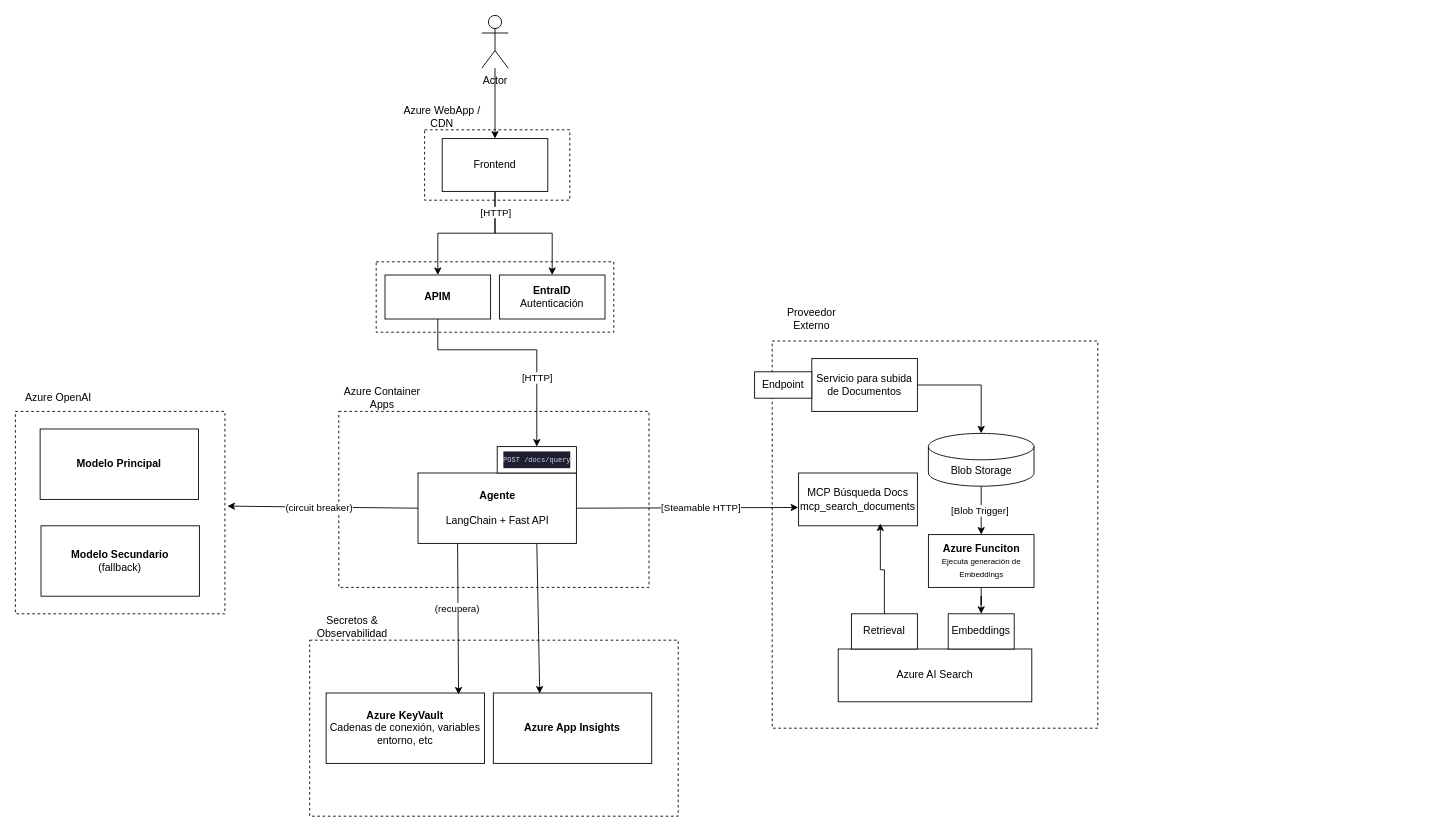
SrUltraLord/ai-engineer-interview keeps this draw.io diagram as docs/architecture-to-be.drawio. Above is the earlier version. Source tidied: cells renumbered, new cells numbered last; positions are measured from the earlier drawing's top-left corner, leaving out a move shared by most shapes. Both pictures are drawn from the tidied source at 88%, with x=0, y=0 at pixel (15, 15).
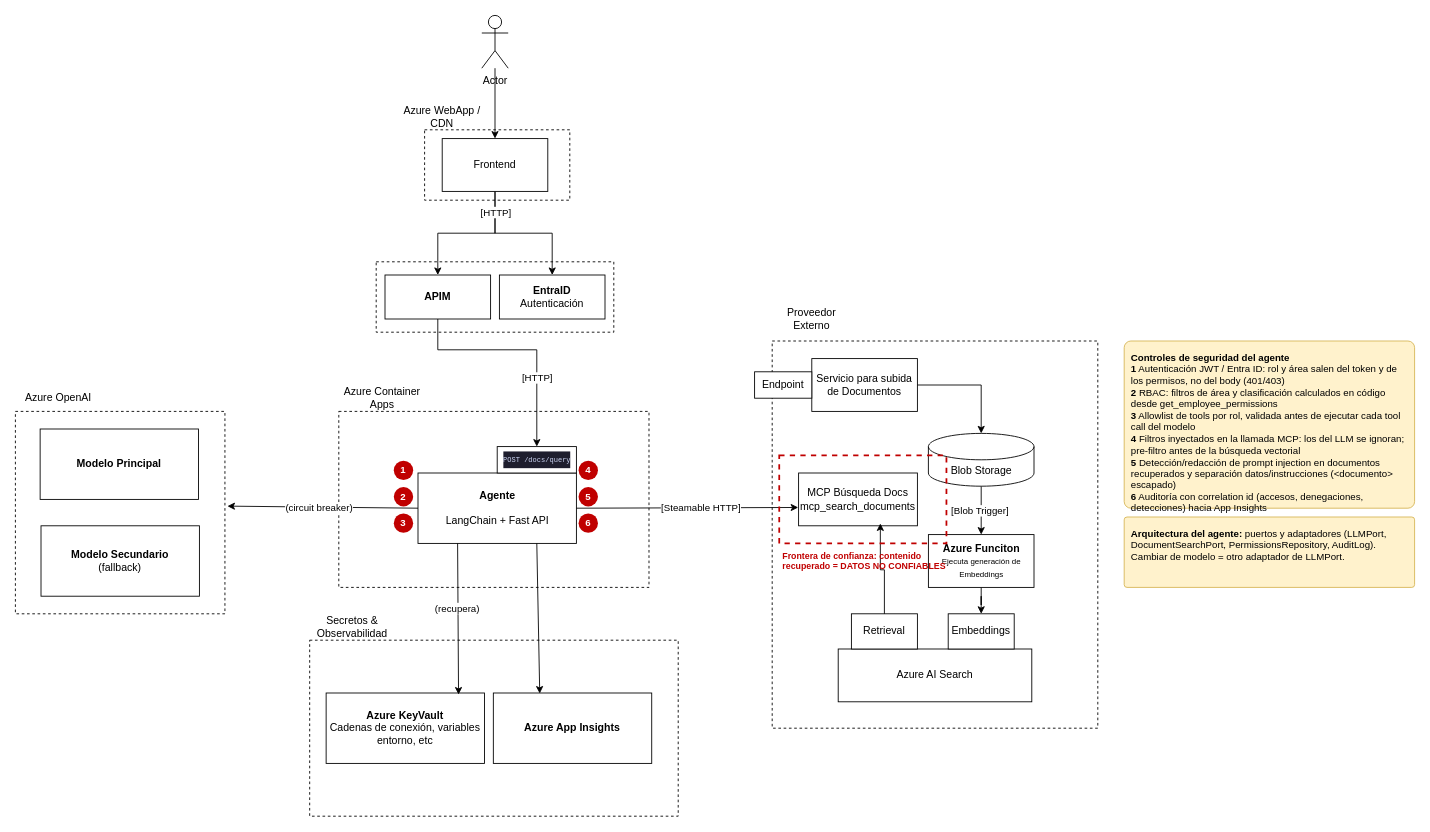
The same page after the edit.

What changed in the source:
```diff
@@
+    <mxCell id="49" style="rounded=0;whiteSpace=wrap;html=1;fillColor=none;dashed=1;strokeColor=#C00000;strokeWidth=2;" parent="1" vertex="1">
+      <mxGeometry x="868" y="500" width="190" height="100" as="geometry" />
+    </mxCell>
+    <mxCell id="50" value="Frontera de confianza: contenido recuperado = DATOS NO CONFIABLES" style="text;html=1;align=left;verticalAlign=top;whiteSpace=wrap;fontColor=#C00000;fontSize=10;fontStyle=1;" parent="1" vertex="1">
+      <mxGeometry x="870" y="602" width="190" height="40" as="geometry" />
+    </mxCell>
+    <mxCell id="51" value="1" style="ellipse;whiteSpace=wrap;html=1;fillColor=#C00000;fontColor=#FFFFFF;strokeColor=none;fontSize=11;fontStyle=1;" parent="1" vertex="1">
+      <mxGeometry x="430" y="506" width="22" height="22" as="geometry" />
+    </mxCell>
+    <mxCell id="52" value="2" style="ellipse;whiteSpace=wrap;html=1;fillColor=#C00000;fontColor=#FFFFFF;strokeColor=none;fontSize=11;fontStyle=1;" parent="1" vertex="1">
+      <mxGeometry x="430" y="536" width="22" height="22" as="geometry" />
+    </mxCell>
+    <mxCell id="53" value="3" style="ellipse;whiteSpace=wrap;html=1;fillColor=#C00000;fontColor=#FFFFFF;strokeColor=none;fontSize=11;fontStyle=1;" parent="1" vertex="1">
+      <mxGeometry x="430" y="566" width="22" height="22" as="geometry" />
+    </mxCell>
+    <mxCell id="54" value="4" style="ellipse;whiteSpace=wrap;html=1;fillColor=#C00000;fontColor=#FFFFFF;strokeColor=none;fontSize=11;fontStyle=1;" parent="1" vertex="1">
+      <mxGeometry x="640" y="506" width="22" height="22" as="geometry" />
+    </mxCell>
+    <mxCell id="55" value="5" style="ellipse;whiteSpace=wrap;html=1;fillColor=#C00000;fontColor=#FFFFFF;strokeColor=none;fontSize=11;fontStyle=1;" parent="1" vertex="1">
+      <mxGeometry x="640" y="536" width="22" height="22" as="geometry" />
+    </mxCell>
+    <mxCell id="56" value="6" style="ellipse;whiteSpace=wrap;html=1;fillColor=#C00000;fontColor=#FFFFFF;strokeColor=none;fontSize=11;fontStyle=1;" parent="1" vertex="1">
+      <mxGeometry x="640" y="566" width="22" height="22" as="geometry" />
+    </mxCell>
+    <mxCell id="57" value="&lt;b&gt;Controles de seguridad del agente&lt;/b&gt;&lt;br&gt;&lt;b&gt;1&lt;/b&gt; Autenticación JWT / Entra ID: rol y área salen del token y de los permisos, no del body (401/403)&lt;br&gt;&lt;b&gt;2&lt;/b&gt; RBAC: filtros de área y clasificación calculados en código desde get_employee_permissions&lt;br&gt;&lt;b&gt;3&lt;/b&gt; Allowlist de tools por rol, validada antes de ejecutar cada tool call del modelo&lt;br&gt;&lt;b&gt;4&lt;/b&gt; Filtros inyectados en la llamada MCP: los del LLM se ignoran; pre-filtro antes de la búsqueda vectorial&lt;br&gt;&lt;b&gt;5&lt;/b&gt; Detección/redacción de prompt injection en documentos recuperados y separación datos/instrucciones (&amp;lt;documento&amp;gt; escapado)&lt;br&gt;&lt;b&gt;6&lt;/b&gt; Auditoría con correlation id (accesos, denegaciones, detecciones) hacia App Insights" style="rounded=1;whiteSpace=wrap;html=1;align=left;verticalAlign=top;spacing=8;fillColor=#FFF2CC;strokeColor=#D6B656;fontSize=11;arcSize=4;" parent="1" vertex="1">
+      <mxGeometry x="1260" y="370" width="330" height="190" as="geometry" />
+    </mxCell>
+    <mxCell id="58" value="&lt;b&gt;Arquitectura del agente:&lt;/b&gt; puertos y adaptadores (LLMPort, DocumentSearchPort, PermissionsRepository, AuditLog). Cambiar de modelo = otro adaptador de LLMPort." style="rounded=1;whiteSpace=wrap;html=1;align=left;verticalAlign=top;spacing=8;fillColor=#FFF2CC;strokeColor=#D6B656;fontSize=11;arcSize=4;" parent="1" vertex="1">
+      <mxGeometry x="1260" y="570" width="330" height="80" as="geometry" />
+    </mxCell>
```
